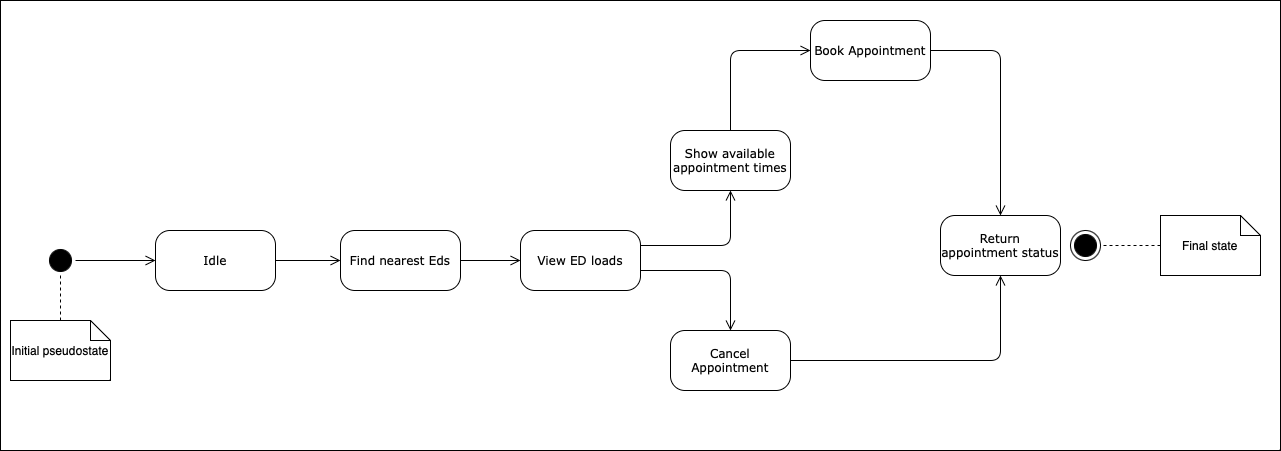
The draw.io diagram diagrams/appointment_booking.drawio.png in uvic-teach/project-m1-team6, before a commit. Source tidied: cells renumbered, new cells last; positions are measured from the earlier drawing's top-left corner, leaving out a move shared by most shapes.
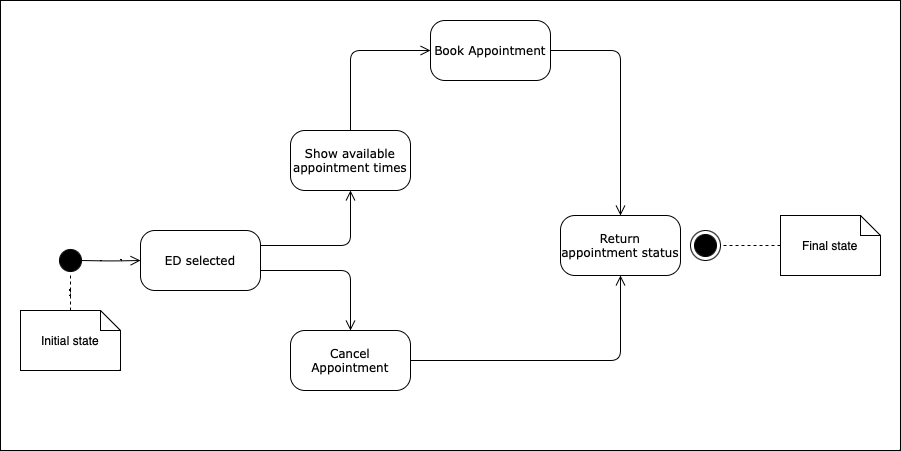
The same file after the commit.

Diff of the diagram source:
```diff
@@ -3,17 +3,11 @@
     <mxCell id="0" />
     <mxCell id="1" parent="0" />
     <mxCell id="2" style="rounded=0;whiteSpace=wrap;html=1;" parent="1" vertex="1">
-      <mxGeometry width="1280" height="450" as="geometry" />
+      <mxGeometry x="380" width="900" height="450" as="geometry" />
     </mxCell>
     <mxCell id="3" style="ellipse;html=1;shape=startState;fillColor=#000000;strokeColor=#000000;rounded=1;shadow=0;comic=0;labelBackgroundColor=none;fontFamily=Verdana;fontSize=12;fontColor=#000000;align=center;direction=south;" parent="1" vertex="1">
-      <mxGeometry x="45" y="245" width="30" height="30" as="geometry" />
+      <mxGeometry x="435" y="245" width="30" height="30" as="geometry" />
     </mxCell>
-    <mxCell id="4" value="Find nearest Eds" style="rounded=1;whiteSpace=wrap;html=1;arcSize=24;shadow=0;comic=0;labelBackgroundColor=none;fontFamily=Verdana;fontSize=12;align=center;" parent="1" vertex="1">
-      <mxGeometry x="340" y="230" width="120" height="60" as="geometry" />
-    </mxCell>
-    <mxCell id="5" value="Idle" style="rounded=1;whiteSpace=wrap;html=1;arcSize=24;shadow=0;comic=0;labelBackgroundColor=none;fontFamily=Verdana;fontSize=12;align=center;" parent="1" vertex="1">
-      <mxGeometry x="155" y="230" width="120" height="60" as="geometry" />
-    </mxCell>
     <mxCell id="6" style="edgeStyle=orthogonalEdgeStyle;rounded=1;jettySize=auto;html=1;entryX=0.5;entryY=0;entryDx=0;entryDy=0;strokeColor=#000000;endArrow=open;endFill=0;endSize=8;" parent="1" edge="1" source="7" target="23">
       <mxGeometry relative="1" as="geometry" />
     </mxCell>
@@ -30,17 +24,13 @@
     <mxCell id="9" style="edgeStyle=orthogonalEdgeStyle;rounded=1;jettySize=auto;html=1;exitX=1;exitY=0.25;exitDx=0;exitDy=0;entryX=0.5;entryY=1;entryDx=0;entryDy=0;endArrow=open;endFill=0;endSize=8;" parent="1" edge="1" source="10" target="22">
       <mxGeometry relative="1" as="geometry" />
     </mxCell>
-    <mxCell id="10" value="View ED loads" style="rounded=1;whiteSpace=wrap;html=1;arcSize=24;shadow=0;comic=0;labelBackgroundColor=none;fontFamily=Verdana;fontSize=12;align=center;" parent="1" vertex="1">
+    <mxCell id="10" value="ED selected" style="rounded=1;whiteSpace=wrap;html=1;arcSize=24;shadow=0;comic=0;labelBackgroundColor=none;fontFamily=Verdana;fontSize=12;align=center;" parent="1" vertex="1">
       <mxGeometry x="520" y="230" width="120" height="60" as="geometry" />
     </mxCell>
-    <mxCell id="11" style="edgeStyle=orthogonalEdgeStyle;html=1;labelBackgroundColor=none;endArrow=open;endSize=8;strokeColor=#000000;fontFamily=Verdana;fontSize=12;align=left;" parent="1" edge="1" source="3" target="5">
-      <mxGeometry relative="1" as="geometry" />
-    </mxCell>
-    <mxCell id="12" style="edgeStyle=orthogonalEdgeStyle;html=1;labelBackgroundColor=none;endArrow=open;endSize=8;strokeColor=#000000;fontFamily=Verdana;fontSize=12;align=left;exitX=1;exitY=0.5;exitDx=0;exitDy=0;entryX=0;entryY=0.5;entryDx=0;entryDy=0;" parent="1" edge="1" source="5" target="4">
-      <mxGeometry relative="1" as="geometry" />
-    </mxCell>
-    <mxCell id="13" style="edgeStyle=orthogonalEdgeStyle;html=1;exitX=1;exitY=0.5;entryX=0;entryY=0.5;labelBackgroundColor=none;endArrow=open;endSize=8;strokeColor=#000000;fontFamily=Verdana;fontSize=12;align=left;" parent="1" edge="1" source="4" target="10">
-      <mxGeometry relative="1" as="geometry" />
+    <mxCell id="13" style="edgeStyle=orthogonalEdgeStyle;html=1;exitX=1;exitY=0.5;entryX=0;entryY=0.5;labelBackgroundColor=none;endArrow=open;endSize=8;strokeColor=#000000;fontFamily=Verdana;fontSize=12;align=left;" parent="1" edge="1" target="10">
+      <mxGeometry relative="1" as="geometry">
+        <mxPoint x="460" y="260" as="sourcePoint" />
+      </mxGeometry>
     </mxCell>
     <mxCell id="14" style="ellipse;html=1;shape=endState;fillColor=#000000;strokeColor=#000000;rounded=1;shadow=0;comic=0;labelBackgroundColor=none;fontFamily=Verdana;fontSize=12;fontColor=#000000;align=center;" parent="1" vertex="1">
       <mxGeometry x="1070" y="230" width="30" height="30" as="geometry" />
@@ -48,8 +38,8 @@
     <mxCell id="15" style="edgeStyle=orthogonalEdgeStyle;rounded=0;jettySize=auto;html=1;dashed=1;endArrow=none;endFill=0;" parent="1" edge="1" source="16" target="3">
       <mxGeometry relative="1" as="geometry" />
     </mxCell>
-    <mxCell id="16" value="Initial pseudostate" style="shape=note;size=20;whiteSpace=wrap;html=1;" parent="1" vertex="1">
-      <mxGeometry x="10" y="320" width="100" height="60" as="geometry" />
+    <mxCell id="16" value="Initial state" style="shape=note;size=20;whiteSpace=wrap;html=1;" parent="1" vertex="1">
+      <mxGeometry x="400" y="310" width="100" height="60" as="geometry" />
     </mxCell>
     <mxCell id="17" style="edgeStyle=orthogonalEdgeStyle;rounded=0;jettySize=auto;html=1;endArrow=none;endFill=0;dashed=1;" parent="1" edge="1" source="18" target="14">
       <mxGeometry relative="1" as="geometry" />
```
